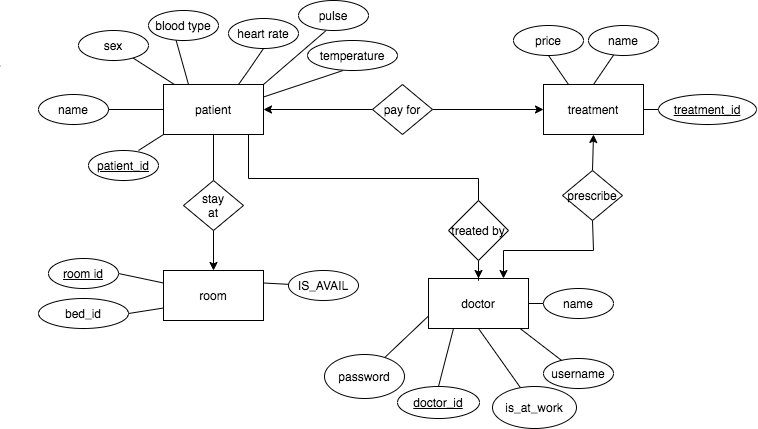
This is Project images and graphs/647_v3.png from Karenw1004/hm647, a draw.io export, as it was before one commit. Source tidied: cells renumbered, new cells last; positions are measured from the earlier drawing's top-left corner, leaving out a move shared by most shapes.
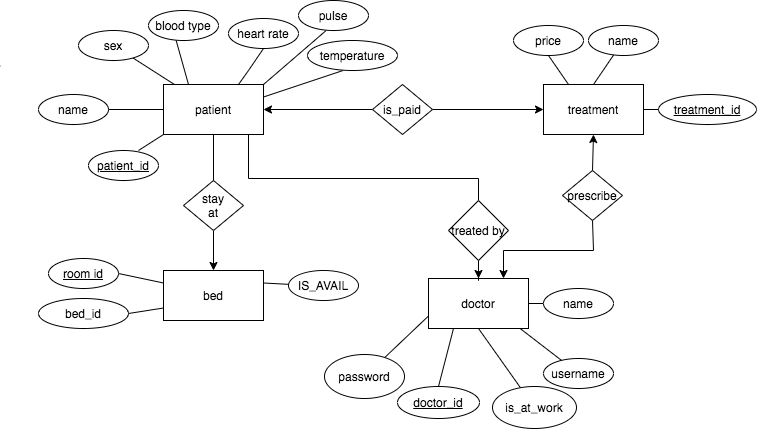
Above is the later version.

Diff of the diagram source:
```diff
@@ -76,7 +76,7 @@
     <mxCell id="21" style="edgeStyle=none;rounded=0;jettySize=auto;html=1;exitX=1;exitY=0.25;exitDx=0;exitDy=0;startArrow=none;startFill=0;endArrow=none;endFill=0;" parent="1" edge="1" source="22" target="29">
       <mxGeometry relative="1" as="geometry" />
     </mxCell>
-    <mxCell id="22" value="room" style="rounded=0;whiteSpace=wrap;html=1;" parent="1" vertex="1">
+    <mxCell id="22" value="bed" style="rounded=0;whiteSpace=wrap;html=1;" parent="1" vertex="1">
       <mxGeometry x="163" y="270" width="100" height="50" as="geometry" />
     </mxCell>
     <mxCell id="23" style="edgeStyle=none;rounded=0;jettySize=auto;html=1;exitX=0.5;exitY=1;exitDx=0;exitDy=0;entryX=0.5;entryY=0;entryDx=0;entryDy=0;startArrow=none;startFill=0;endArrow=classic;endFill=1;" parent="1" edge="1" source="24" target="22">
@@ -115,7 +115,7 @@
     <mxCell id="34" style="edgeStyle=none;rounded=0;jettySize=auto;html=1;exitX=1;exitY=0.5;exitDx=0;exitDy=0;entryX=0;entryY=0.5;entryDx=0;entryDy=0;startArrow=none;startFill=0;endArrow=classic;endFill=1;" parent="1" edge="1" source="35" target="33">
       <mxGeometry relative="1" as="geometry" />
     </mxCell>
-    <mxCell id="35" value="pay for" style="rhombus;whiteSpace=wrap;html=1;" parent="1" vertex="1">
+    <mxCell id="35" value="is_paid" style="rhombus;whiteSpace=wrap;html=1;" parent="1" vertex="1">
       <mxGeometry x="372" y="84" width="60" height="50" as="geometry" />
     </mxCell>
     <mxCell id="36" value="prescribe" style="rhombus;whiteSpace=wrap;html=1;" parent="1" vertex="1">
```
